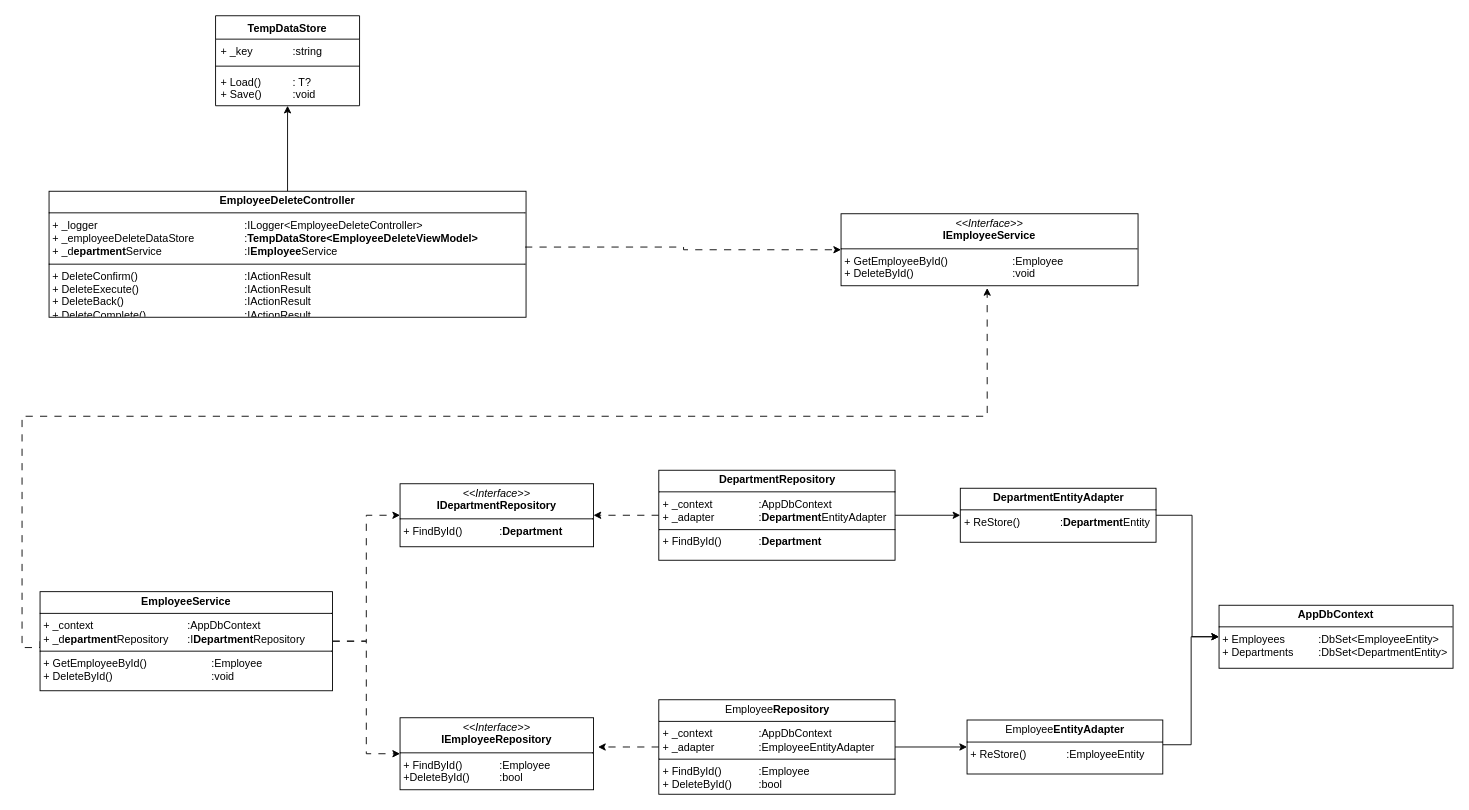
This is docs/02_design/従業員削除_クラス図.drawio from mizuto26/csharp_training_202605, a draw.io file, before an edit. Source tidied: cells renumbered, new cells numbered last; positions are measured from the earlier drawing's top-left corner, leaving out a move shared by most shapes. Both pictures are drawn from the tidied source at 90%, with x=0, y=0 at pixel (22, 15).
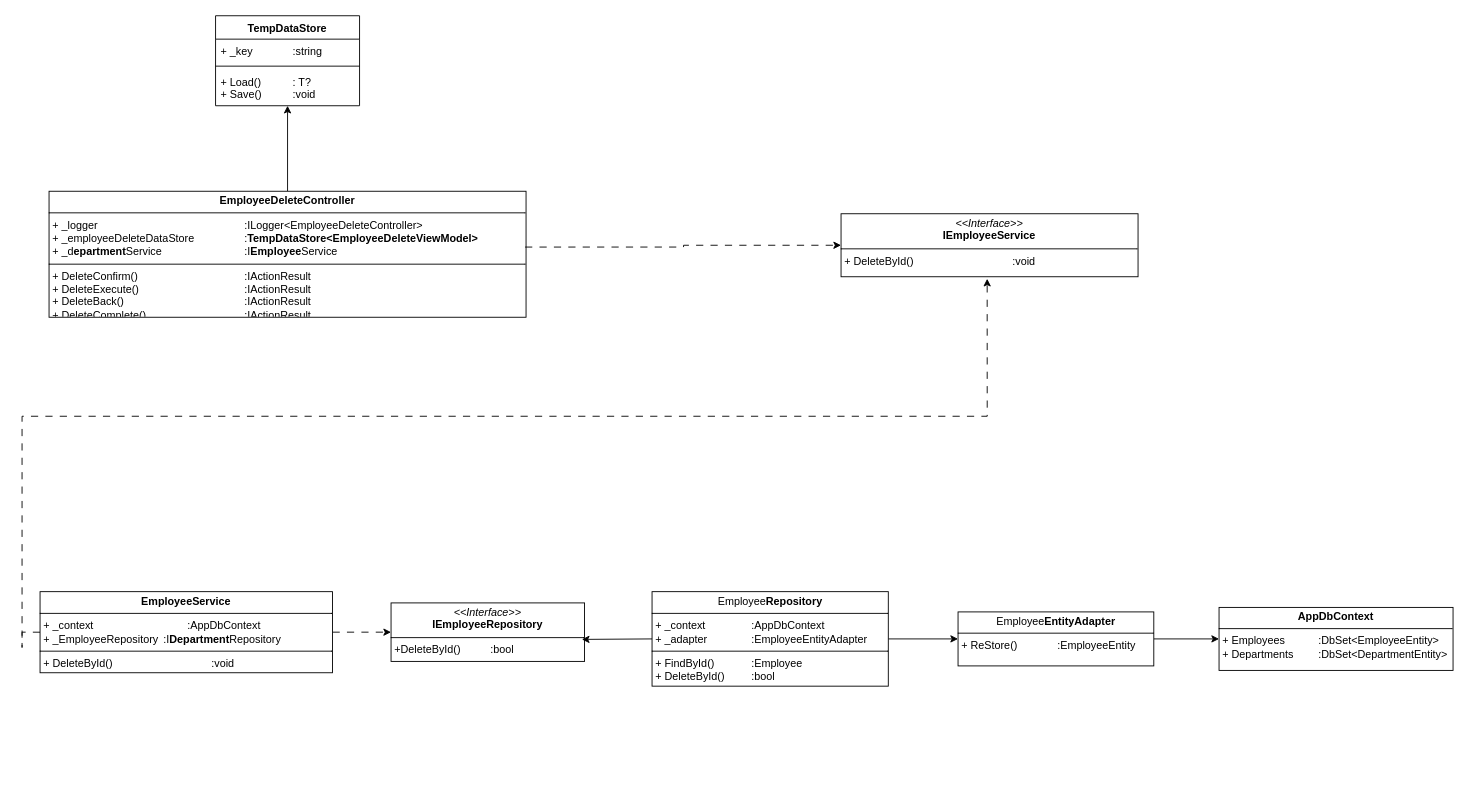
Above is the later version.

Diff of the diagram source:
```diff
@@
-    <mxCell id="4" value="&lt;p style=&quot;margin:0px;margin-top:4px;text-align:center;&quot;&gt;&lt;i&gt;&amp;lt;&amp;lt;Interface&amp;gt;&amp;gt;&lt;/i&gt;&lt;br&gt;&lt;b&gt;IEmployee&lt;/b&gt;&lt;b style=&quot;background-color: transparent; color: light-dark(rgb(0, 0, 0), rgb(255, 255, 255));&quot;&gt;Service&lt;/b&gt;&lt;/p&gt;&lt;hr size=&quot;1&quot; style=&quot;border-style:solid;&quot;&gt;&lt;p style=&quot;margin:0px;margin-left:4px;&quot;&gt;&lt;span style=&quot;background-color: transparent; color: light-dark(rgb(0, 0, 0), rgb(255, 255, 255));&quot;&gt;+&amp;nbsp;&lt;/span&gt;&lt;span style=&quot;background-color: transparent;&quot;&gt;GetEmployeeById&lt;/span&gt;&lt;span style=&quot;background-color: transparent; color: light-dark(rgb(0, 0, 0), rgb(255, 255, 255));&quot;&gt;()&lt;/span&gt;&lt;span style=&quot;background-color: transparent; color: light-dark(rgb(0, 0, 0), rgb(255, 255, 255)); white-space: pre;&quot;&gt;&#9;&lt;span style=&quot;white-space: pre;&quot;&gt;&#9;&lt;/span&gt;&lt;span style=&quot;white-space: pre;&quot;&gt;&#9;&lt;/span&gt;&lt;/span&gt;&lt;span style=&quot;background-color: transparent; color: light-dark(rgb(0, 0, 0), rgb(255, 255, 255));&quot;&gt;:Employee&lt;/span&gt;&lt;/p&gt;&lt;p style=&quot;margin:0px;margin-left:4px;&quot;&gt;&lt;span style=&quot;background-color: transparent; color: light-dark(rgb(0, 0, 0), rgb(255, 255, 255));&quot;&gt;+ DeleteById()&lt;span style=&quot;white-space: pre;&quot;&gt;&#9;&lt;/span&gt;&lt;span style=&quot;white-space: pre;&quot;&gt;&#9;&lt;/span&gt;&lt;span style=&quot;white-space: pre;&quot;&gt;&#9;&lt;/span&gt;&lt;span style=&quot;white-space: pre;&quot;&gt;&#9;&lt;/span&gt;&lt;span style=&quot;white-space: pre;&quot;&gt;&#9;&lt;/span&gt;:void&lt;/span&gt;&lt;/p&gt;&lt;p style=&quot;margin: 0px 0px 0px 4px;&quot;&gt;&lt;br&gt;&lt;/p&gt;" style="verticalAlign=top;align=left;overflow=fill;html=1;whiteSpace=wrap;" parent="1" vertex="1">
-      <mxGeometry x="910" y="220" width="330" height="80" as="geometry" />
+    <mxCell id="4" value="&lt;p style=&quot;margin:0px;margin-top:4px;text-align:center;&quot;&gt;&lt;i&gt;&amp;lt;&amp;lt;Interface&amp;gt;&amp;gt;&lt;/i&gt;&lt;br&gt;&lt;b&gt;IEmployee&lt;/b&gt;&lt;b style=&quot;background-color: transparent; color: light-dark(rgb(0, 0, 0), rgb(255, 255, 255));&quot;&gt;Service&lt;/b&gt;&lt;/p&gt;&lt;hr size=&quot;1&quot; style=&quot;border-style:solid;&quot;&gt;&lt;p style=&quot;margin:0px;margin-left:4px;&quot;&gt;&lt;span style=&quot;background-color: transparent;&quot;&gt;+ DeleteById()&lt;/span&gt;&lt;span style=&quot;background-color: transparent; white-space: pre;&quot;&gt;&#9;&lt;/span&gt;&lt;span style=&quot;background-color: transparent; white-space: pre;&quot;&gt;&#9;&lt;/span&gt;&lt;span style=&quot;background-color: transparent; white-space: pre;&quot;&gt;&#9;&lt;/span&gt;&lt;span style=&quot;background-color: transparent; white-space: pre;&quot;&gt;&#9;&lt;/span&gt;&lt;span style=&quot;background-color: transparent; white-space: pre;&quot;&gt;&#9;&lt;/span&gt;&lt;span style=&quot;background-color: transparent;&quot;&gt;:void&lt;/span&gt;&lt;/p&gt;&lt;p style=&quot;margin: 0px 0px 0px 4px;&quot;&gt;&lt;br&gt;&lt;/p&gt;" style="verticalAlign=top;align=left;overflow=fill;html=1;whiteSpace=wrap;" parent="1" vertex="1">
+      <mxGeometry x="910" y="220" width="330" height="70" as="geometry" />
     </mxCell>
@@
-    <mxCell id="6" style="edgeStyle=orthogonalEdgeStyle;rounded=0;jettySize=auto;html=1;entryX=0;entryY=0.5;entryDx=0;entryDy=0;dashed=1;dashPattern=8 8;exitX=1;exitY=0.5;exitDx=0;exitDy=0;" parent="1" edge="1" source="16" target="7">
-      <mxGeometry relative="1" as="geometry" />
-    </mxCell>
-    <mxCell id="7" value="&lt;p style=&quot;margin:0px;margin-top:4px;text-align:center;&quot;&gt;&lt;i&gt;&amp;lt;&amp;lt;Interface&amp;gt;&amp;gt;&lt;/i&gt;&lt;br&gt;&lt;b&gt;I&lt;/b&gt;&lt;b&gt;Department&lt;/b&gt;&lt;b&gt;Repository&lt;/b&gt;&lt;/p&gt;&lt;hr size=&quot;1&quot; style=&quot;border-style:solid;&quot;&gt;&lt;p style=&quot;margin: 0px 0px 0px 4px;&quot;&gt;&lt;span style=&quot;background-color: transparent; color: light-dark(rgb(0, 0, 0), rgb(255, 255, 255));&quot;&gt;+ FindById()&lt;/span&gt;&lt;span style=&quot;background-color: transparent; color: light-dark(rgb(0, 0, 0), rgb(255, 255, 255)); white-space: pre;&quot;&gt;&#9;&lt;/span&gt;&lt;span style=&quot;background-color: transparent; color: light-dark(rgb(0, 0, 0), rgb(255, 255, 255)); white-space: pre;&quot;&gt;&#9;&lt;/span&gt;&lt;span style=&quot;background-color: transparent; color: light-dark(rgb(0, 0, 0), rgb(255, 255, 255));&quot;&gt;:&lt;/span&gt;&lt;b style=&quot;text-align: center;&quot;&gt;Department&lt;/b&gt;&lt;/p&gt;" style="verticalAlign=top;align=left;overflow=fill;html=1;whiteSpace=wrap;" parent="1" vertex="1">
-      <mxGeometry x="420" y="520" width="215" height="70" as="geometry" />
-    </mxCell>
-    <mxCell id="8" style="edgeStyle=orthogonalEdgeStyle;rounded=0;jettySize=auto;html=1;exitX=0;exitY=0.5;exitDx=0;exitDy=0;entryX=1;entryY=0.5;entryDx=0;entryDy=0;dashed=1;dashPattern=8 8;" parent="1" edge="1" source="10" target="7">
-      <mxGeometry relative="1" as="geometry" />
-    </mxCell>
-    <mxCell id="9" style="edgeStyle=orthogonalEdgeStyle;rounded=0;jettySize=auto;html=1;entryX=0;entryY=0.5;entryDx=0;entryDy=0;" parent="1" edge="1" source="10" target="12">
-      <mxGeometry relative="1" as="geometry" />
-    </mxCell>
-    <mxCell id="10" value="&lt;p style=&quot;margin:0px;margin-top:4px;text-align:center;&quot;&gt;&lt;b style=&quot;background-color: transparent; color: light-dark(rgb(0, 0, 0), rgb(255, 255, 255));&quot;&gt;Department&lt;/b&gt;&lt;b&gt;Repository&lt;/b&gt;&lt;/p&gt;&lt;hr size=&quot;1&quot; style=&quot;border-style:solid;&quot;&gt;&lt;p style=&quot;margin:0px;margin-left:4px;&quot;&gt;+ _context&lt;span style=&quot;white-space: pre;&quot;&gt;&#9;&lt;/span&gt;&lt;span style=&quot;white-space: pre;&quot;&gt;&#9;&lt;/span&gt;:AppDbContext&lt;/p&gt;&lt;p style=&quot;margin:0px;margin-left:4px;&quot;&gt;+ _adapter&lt;span style=&quot;white-space: pre;&quot;&gt;&#9;&lt;/span&gt;&lt;span style=&quot;white-space: pre;&quot;&gt;&#9;&lt;/span&gt;:&lt;b style=&quot;text-align: center;&quot;&gt;Department&lt;/b&gt;EntityAdapter&lt;/p&gt;&lt;hr size=&quot;1&quot; style=&quot;border-style:solid;&quot;&gt;&lt;p style=&quot;margin:0px;margin-left:4px;&quot;&gt;&lt;span style=&quot;background-color: transparent; color: light-dark(rgb(0, 0, 0), rgb(255, 255, 255));&quot;&gt;+ FindById()&lt;/span&gt;&lt;span style=&quot;background-color: transparent; color: light-dark(rgb(0, 0, 0), rgb(255, 255, 255)); white-space: pre;&quot;&gt;&#9;&lt;/span&gt;&lt;span style=&quot;background-color: transparent; color: light-dark(rgb(0, 0, 0), rgb(255, 255, 255)); white-space: pre;&quot;&gt;&#9;&lt;/span&gt;&lt;span style=&quot;background-color: transparent; color: light-dark(rgb(0, 0, 0), rgb(255, 255, 255));&quot;&gt;:&lt;/span&gt;&lt;b style=&quot;text-align: center;&quot;&gt;Department&lt;/b&gt;&lt;/p&gt;" style="verticalAlign=top;align=left;overflow=fill;html=1;whiteSpace=wrap;" parent="1" vertex="1">
-      <mxGeometry x="707.5" y="505" width="262.5" height="100" as="geometry" />
-    </mxCell>
-    <mxCell id="11" style="edgeStyle=orthogonalEdgeStyle;rounded=0;jettySize=auto;html=1;" parent="1" edge="1" source="12">
-      <mxGeometry relative="1" as="geometry">
-        <mxPoint x="1330" y="690" as="targetPoint" />
-        <Array as="points">
-          <mxPoint x="1300" y="555" />
-          <mxPoint x="1300" y="690" />
-        </Array>
-      </mxGeometry>
-    </mxCell>
-    <mxCell id="12" value="&lt;p style=&quot;margin:0px;margin-top:4px;text-align:center;&quot;&gt;&lt;b&gt;DepartmentEntityAdapter&lt;/b&gt;&lt;/p&gt;&lt;hr size=&quot;1&quot; style=&quot;border-style:solid;&quot;&gt;&lt;p style=&quot;margin:0px;margin-left:4px;&quot;&gt;&lt;span style=&quot;background-color: transparent; color: light-dark(rgb(0, 0, 0), rgb(255, 255, 255));&quot;&gt;+ ReStore()&lt;span style=&quot;white-space: pre;&quot;&gt;&#9;&lt;/span&gt;&lt;span style=&quot;white-space: pre;&quot;&gt;&#9;&lt;/span&gt;:&lt;/span&gt;&lt;b style=&quot;background-color: transparent; color: light-dark(rgb(0, 0, 0), rgb(255, 255, 255)); text-align: center;&quot;&gt;Department&lt;/b&gt;&lt;span style=&quot;background-color: transparent; color: light-dark(rgb(0, 0, 0), rgb(255, 255, 255));&quot;&gt;Entity&lt;/span&gt;&lt;/p&gt;&lt;p style=&quot;margin:0px;margin-left:4px;&quot;&gt;&lt;br&gt;&lt;/p&gt;" style="verticalAlign=top;align=left;overflow=fill;html=1;whiteSpace=wrap;" parent="1" vertex="1">
-      <mxGeometry x="1042.5" y="525" width="217.5" height="60" as="geometry" />
-    </mxCell>
     <mxCell id="13" value="&lt;p style=&quot;margin:0px;margin-top:4px;text-align:center;&quot;&gt;&lt;b&gt;AppDbContext&lt;/b&gt;&lt;/p&gt;&lt;hr size=&quot;1&quot; style=&quot;border-style:solid;&quot;&gt;&lt;p style=&quot;margin:0px;margin-left:4px;&quot;&gt;+ Employees&lt;span style=&quot;white-space: pre;&quot;&gt;&#9;&lt;span style=&quot;white-space: pre;&quot;&gt;&#9;&lt;/span&gt;&lt;/span&gt;:DbSet&amp;lt;EmployeeEntity&amp;gt;&lt;/p&gt;&lt;p style=&quot;margin:0px;margin-left:4px;&quot;&gt;+ Departments&lt;span style=&quot;white-space: pre;&quot;&gt;&#9;&lt;/span&gt;:DbSet&amp;lt;DepartmentEntity&amp;gt;&lt;/p&gt;&lt;p style=&quot;margin:0px;margin-left:4px;&quot;&gt;&lt;br&gt;&lt;/p&gt;" style="verticalAlign=top;align=left;overflow=fill;html=1;whiteSpace=wrap;" parent="1" vertex="1">
-      <mxGeometry x="1330" y="655" width="260" height="70" as="geometry" />
+      <mxGeometry x="1330" y="657.4" width="260" height="70" as="geometry" />
     </mxCell>
@@
-    <mxCell id="16" value="&lt;p style=&quot;margin:0px;margin-top:4px;text-align:center;&quot;&gt;&lt;b&gt;EmployeeService&lt;/b&gt;&lt;/p&gt;&lt;hr size=&quot;1&quot; style=&quot;border-style:solid;&quot;&gt;&lt;p style=&quot;margin:0px;margin-left:4px;&quot;&gt;+ _context&lt;span style=&quot;white-space: pre;&quot;&gt;&#9;&lt;span style=&quot;white-space: pre;&quot;&gt;&#9;&lt;/span&gt;&lt;span style=&quot;white-space: pre;&quot;&gt;&#9;&lt;span style=&quot;white-space: pre;&quot;&gt;&#9;&lt;/span&gt;&lt;/span&gt;&lt;/span&gt;:AppDbContext&lt;/p&gt;&lt;p style=&quot;margin:0px;margin-left:4px;&quot;&gt;+&amp;nbsp;_d&lt;b style=&quot;text-align: center;&quot;&gt;epartment&lt;/b&gt;Repository&lt;span style=&quot;white-space: pre;&quot;&gt;&#9;&lt;/span&gt;:I&lt;b style=&quot;text-align: center;&quot;&gt;Department&lt;/b&gt;Repository&lt;/p&gt;&lt;hr size=&quot;1&quot; style=&quot;border-style:solid;&quot;&gt;&lt;p style=&quot;margin: 0px 0px 0px 4px;&quot;&gt;&lt;span style=&quot;background-color: transparent; color: light-dark(rgb(0, 0, 0), rgb(255, 255, 255));&quot;&gt;+ GetEmployeeById()&lt;span style=&quot;white-space: pre;&quot;&gt;&#9;&lt;/span&gt;&lt;span style=&quot;white-space: pre;&quot;&gt;&#9;&lt;/span&gt;&lt;span style=&quot;white-space: pre;&quot;&gt;&#9;&lt;/span&gt;:Employee&lt;/span&gt;&lt;/p&gt;&lt;p style=&quot;margin: 0px 0px 0px 4px;&quot;&gt;&lt;span style=&quot;background-color: transparent; color: light-dark(rgb(0, 0, 0), rgb(255, 255, 255));&quot;&gt;+ DeleteById()&lt;span style=&quot;white-space: pre;&quot;&gt;&#9;&lt;/span&gt;&lt;span style=&quot;white-space: pre;&quot;&gt;&#9;&lt;/span&gt;&lt;span style=&quot;white-space: pre;&quot;&gt;&#9;&lt;/span&gt;&lt;span style=&quot;white-space: pre;&quot;&gt;&#9;&lt;/span&gt;&lt;span style=&quot;white-space: pre;&quot;&gt;&#9;&lt;/span&gt;:void&lt;/span&gt;&lt;/p&gt;&lt;p style=&quot;margin: 0px 0px 0px 4px;&quot;&gt;&lt;br&gt;&lt;/p&gt;" style="verticalAlign=top;align=left;overflow=fill;html=1;whiteSpace=wrap;" parent="1" vertex="1">
-      <mxGeometry x="20" y="639.9" width="325" height="110.1" as="geometry" />
+    <mxCell id="16" value="&lt;p style=&quot;margin:0px;margin-top:4px;text-align:center;&quot;&gt;&lt;b&gt;EmployeeService&lt;/b&gt;&lt;/p&gt;&lt;hr size=&quot;1&quot; style=&quot;border-style:solid;&quot;&gt;&lt;p style=&quot;margin:0px;margin-left:4px;&quot;&gt;+ _context&lt;span style=&quot;white-space: pre;&quot;&gt;&#9;&lt;span style=&quot;white-space: pre;&quot;&gt;&#9;&lt;/span&gt;&lt;span style=&quot;white-space: pre;&quot;&gt;&#9;&lt;span style=&quot;white-space: pre;&quot;&gt;&#9;&lt;/span&gt;&lt;/span&gt;&lt;/span&gt;:AppDbContext&lt;/p&gt;&lt;p style=&quot;margin:0px;margin-left:4px;&quot;&gt;+&amp;nbsp;_EmployeeRepository&lt;span style=&quot;white-space: pre;&quot;&gt;&#9;&lt;/span&gt;:I&lt;b style=&quot;text-align: center;&quot;&gt;Department&lt;/b&gt;Repository&lt;/p&gt;&lt;hr size=&quot;1&quot; style=&quot;border-style:solid;&quot;&gt;&lt;p style=&quot;margin: 0px 0px 0px 4px;&quot;&gt;&lt;span style=&quot;background-color: transparent;&quot;&gt;+ DeleteById()&lt;/span&gt;&lt;span style=&quot;background-color: transparent; white-space: pre;&quot;&gt;&#9;&lt;/span&gt;&lt;span style=&quot;background-color: transparent; white-space: pre;&quot;&gt;&#9;&lt;/span&gt;&lt;span style=&quot;background-color: transparent; white-space: pre;&quot;&gt;&#9;&lt;/span&gt;&lt;span style=&quot;background-color: transparent; white-space: pre;&quot;&gt;&#9;&lt;/span&gt;&lt;span style=&quot;background-color: transparent; white-space: pre;&quot;&gt;&#9;&lt;/span&gt;&lt;span style=&quot;background-color: transparent;&quot;&gt;:void&lt;/span&gt;&lt;/p&gt;&lt;p style=&quot;margin: 0px 0px 0px 4px;&quot;&gt;&lt;br&gt;&lt;/p&gt;" style="verticalAlign=top;align=left;overflow=fill;html=1;whiteSpace=wrap;" parent="1" vertex="1">
+      <mxGeometry x="20" y="639.9" width="325" height="90.1" as="geometry" />
     </mxCell>
-    <mxCell id="17" value="&lt;p style=&quot;margin:0px;margin-top:4px;text-align:center;&quot;&gt;&lt;i&gt;&amp;lt;&amp;lt;Interface&amp;gt;&amp;gt;&lt;/i&gt;&lt;br&gt;&lt;b&gt;IEmployee&lt;/b&gt;&lt;b&gt;Repository&lt;/b&gt;&lt;/p&gt;&lt;hr size=&quot;1&quot; style=&quot;border-style:solid;&quot;&gt;&lt;p style=&quot;margin: 0px 0px 0px 4px;&quot;&gt;&lt;span style=&quot;background-color: transparent; color: light-dark(rgb(0, 0, 0), rgb(255, 255, 255));&quot;&gt;+ FindById()&lt;/span&gt;&lt;span style=&quot;background-color: transparent; color: light-dark(rgb(0, 0, 0), rgb(255, 255, 255)); white-space: pre;&quot;&gt;&#9;&lt;/span&gt;&lt;span style=&quot;background-color: transparent; color: light-dark(rgb(0, 0, 0), rgb(255, 255, 255)); white-space: pre;&quot;&gt;&#9;&lt;/span&gt;&lt;span style=&quot;background-color: transparent; color: light-dark(rgb(0, 0, 0), rgb(255, 255, 255));&quot;&gt;:Employee&lt;/span&gt;&lt;/p&gt;&lt;p style=&quot;margin: 0px 0px 0px 4px;&quot;&gt;&lt;span style=&quot;background-color: transparent; color: light-dark(rgb(0, 0, 0), rgb(255, 255, 255));&quot;&gt;+DeleteById()&lt;span style=&quot;white-space: pre;&quot;&gt;&#9;&lt;/span&gt;&lt;span style=&quot;white-space: pre;&quot;&gt;&#9;&lt;/span&gt;:bool&lt;/span&gt;&lt;/p&gt;" style="verticalAlign=top;align=left;overflow=fill;html=1;whiteSpace=wrap;" parent="1" vertex="1">
-      <mxGeometry x="420" y="780" width="215" height="80" as="geometry" />
+    <mxCell id="17" value="&lt;p style=&quot;margin:0px;margin-top:4px;text-align:center;&quot;&gt;&lt;i&gt;&amp;lt;&amp;lt;Interface&amp;gt;&amp;gt;&lt;/i&gt;&lt;br&gt;&lt;b&gt;IEmployee&lt;/b&gt;&lt;b&gt;Repository&lt;/b&gt;&lt;/p&gt;&lt;hr size=&quot;1&quot; style=&quot;border-style:solid;&quot;&gt;&lt;p style=&quot;margin: 0px 0px 0px 4px;&quot;&gt;&lt;span style=&quot;background-color: transparent;&quot;&gt;+DeleteById()&lt;/span&gt;&lt;span style=&quot;background-color: transparent; white-space: pre;&quot;&gt;&#9;&lt;/span&gt;&lt;span style=&quot;background-color: transparent; white-space: pre;&quot;&gt;&#9;&lt;/span&gt;&lt;span style=&quot;background-color: transparent;&quot;&gt;:bool&lt;/span&gt;&lt;/p&gt;" style="verticalAlign=top;align=left;overflow=fill;html=1;whiteSpace=wrap;" parent="1" vertex="1">
+      <mxGeometry x="410" y="652.4" width="215" height="65" as="geometry" />
     </mxCell>
-    <mxCell id="18" style="edgeStyle=orthogonalEdgeStyle;rounded=0;jettySize=auto;html=1;dashed=1;dashPattern=8 8;" parent="1" edge="1" source="20">
-      <mxGeometry relative="1" as="geometry">
-        <mxPoint x="640" y="812.5" as="targetPoint" />
-      </mxGeometry>
-    </mxCell>
@@
     <mxCell id="20" value="&lt;p style=&quot;margin:0px;margin-top:4px;text-align:center;&quot;&gt;&lt;span style=&quot;background-color: transparent; color: light-dark(rgb(0, 0, 0), rgb(255, 255, 255)); text-align: left;&quot;&gt;Employee&lt;/span&gt;&lt;b&gt;Repository&lt;/b&gt;&lt;/p&gt;&lt;hr size=&quot;1&quot; style=&quot;border-style:solid;&quot;&gt;&lt;p style=&quot;margin:0px;margin-left:4px;&quot;&gt;+ _context&lt;span style=&quot;white-space: pre;&quot;&gt;&#9;&lt;/span&gt;&lt;span style=&quot;white-space: pre;&quot;&gt;&#9;&lt;/span&gt;:AppDbContext&lt;/p&gt;&lt;p style=&quot;margin:0px;margin-left:4px;&quot;&gt;+ _adapter&lt;span style=&quot;white-space: pre;&quot;&gt;&#9;&lt;/span&gt;&lt;span style=&quot;white-space: pre;&quot;&gt;&#9;&lt;/span&gt;:&lt;span style=&quot;background-color: transparent; color: light-dark(rgb(0, 0, 0), rgb(255, 255, 255));&quot;&gt;Employee&lt;/span&gt;&lt;span style=&quot;background-color: transparent; color: light-dark(rgb(0, 0, 0), rgb(255, 255, 255));&quot;&gt;EntityAdapter&lt;/span&gt;&lt;/p&gt;&lt;hr size=&quot;1&quot; style=&quot;border-style:solid;&quot;&gt;&lt;p style=&quot;margin:0px;margin-left:4px;&quot;&gt;&lt;span style=&quot;background-color: transparent; color: light-dark(rgb(0, 0, 0), rgb(255, 255, 255));&quot;&gt;+ FindById()&lt;/span&gt;&lt;span style=&quot;background-color: transparent; color: light-dark(rgb(0, 0, 0), rgb(255, 255, 255)); white-space: pre;&quot;&gt;&#9;&lt;/span&gt;&lt;span style=&quot;background-color: transparent; color: light-dark(rgb(0, 0, 0), rgb(255, 255, 255)); white-space: pre;&quot;&gt;&#9;&lt;/span&gt;&lt;span style=&quot;background-color: transparent; color: light-dark(rgb(0, 0, 0), rgb(255, 255, 255));&quot;&gt;:&lt;/span&gt;&lt;span style=&quot;background-color: transparent; color: light-dark(rgb(0, 0, 0), rgb(255, 255, 255));&quot;&gt;Employee&lt;/span&gt;&lt;/p&gt;&lt;p style=&quot;margin:0px;margin-left:4px;&quot;&gt;&lt;span style=&quot;background-color: transparent; color: light-dark(rgb(0, 0, 0), rgb(255, 255, 255));&quot;&gt;+ DeleteById()&lt;span style=&quot;white-space: pre;&quot;&gt;&#9;&lt;/span&gt;&lt;span style=&quot;white-space: pre;&quot;&gt;&#9;&lt;/span&gt;:bool&lt;/span&gt;&lt;/p&gt;" style="verticalAlign=top;align=left;overflow=fill;html=1;whiteSpace=wrap;" parent="1" vertex="1">
-      <mxGeometry x="707.5" y="760" width="262.5" height="105" as="geometry" />
+      <mxGeometry x="700" y="639.9" width="262.5" height="105" as="geometry" />
     </mxCell>
-    <mxCell id="21" style="edgeStyle=orthogonalEdgeStyle;rounded=0;jettySize=auto;html=1;entryX=0;entryY=0.5;entryDx=0;entryDy=0;" parent="1" edge="1" source="22" target="13">
-      <mxGeometry relative="1" as="geometry">
-        <Array as="points">
-          <mxPoint x="1299" y="810" />
-          <mxPoint x="1299" y="690" />
-        </Array>
-      </mxGeometry>
+    <mxCell id="21" style="edgeStyle=none;html=1;exitX=1;exitY=0.5;exitDx=0;exitDy=0;entryX=0;entryY=0.5;entryDx=0;entryDy=0;" parent="1" edge="1" source="22" target="13">
+      <mxGeometry relative="1" as="geometry" />
     </mxCell>
     <mxCell id="22" value="&lt;p style=&quot;margin:0px;margin-top:4px;text-align:center;&quot;&gt;&lt;span style=&quot;background-color: transparent; color: light-dark(rgb(0, 0, 0), rgb(255, 255, 255)); text-align: left;&quot;&gt;Employee&lt;/span&gt;&lt;b&gt;EntityAdapter&lt;/b&gt;&lt;/p&gt;&lt;hr size=&quot;1&quot; style=&quot;border-style:solid;&quot;&gt;&lt;p style=&quot;margin:0px;margin-left:4px;&quot;&gt;&lt;span style=&quot;background-color: transparent; color: light-dark(rgb(0, 0, 0), rgb(255, 255, 255));&quot;&gt;+ ReStore()&lt;span style=&quot;white-space: pre;&quot;&gt;&#9;&lt;/span&gt;&lt;span style=&quot;white-space: pre;&quot;&gt;&#9;&lt;/span&gt;:&lt;/span&gt;&lt;span style=&quot;background-color: transparent; color: light-dark(rgb(0, 0, 0), rgb(255, 255, 255));&quot;&gt;Employee&lt;/span&gt;&lt;span style=&quot;background-color: transparent; color: light-dark(rgb(0, 0, 0), rgb(255, 255, 255));&quot;&gt;Entity&lt;/span&gt;&lt;/p&gt;&lt;p style=&quot;margin:0px;margin-left:4px;&quot;&gt;&lt;br&gt;&lt;/p&gt;" style="verticalAlign=top;align=left;overflow=fill;html=1;whiteSpace=wrap;" parent="1" vertex="1">
-      <mxGeometry x="1050" y="782.5" width="217.5" height="60" as="geometry" />
+      <mxGeometry x="1040" y="662.4" width="217.5" height="60" as="geometry" />
     </mxCell>
@@
+    <mxCell id="27" style="edgeStyle=none;html=1;exitX=0;exitY=0.5;exitDx=0;exitDy=0;entryX=0.986;entryY=0.624;entryDx=0;entryDy=0;entryPerimeter=0;" parent="1" edge="1" source="20" target="17">
+      <mxGeometry relative="1" as="geometry" />
+    </mxCell>
```
